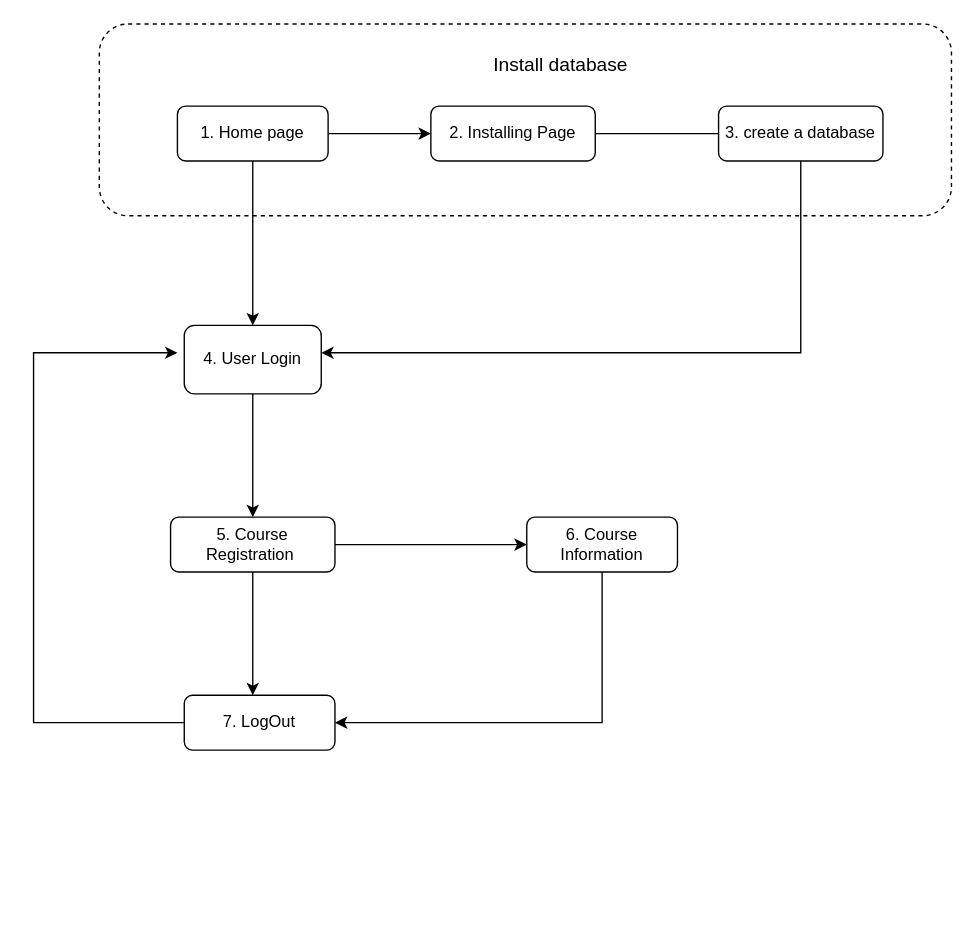
VeraWei/3280_002_FJQ keeps this draw.io diagram as docs/user manual.drawio. Above is the earlier version. Source tidied: cells renumbered, new cells numbered last; positions are measured from the earlier drawing's top-left corner, leaving out a move shared by most shapes. Both pictures are drawn from the tidied source at 137%, with x=0, y=0 at pixel (33, 23).
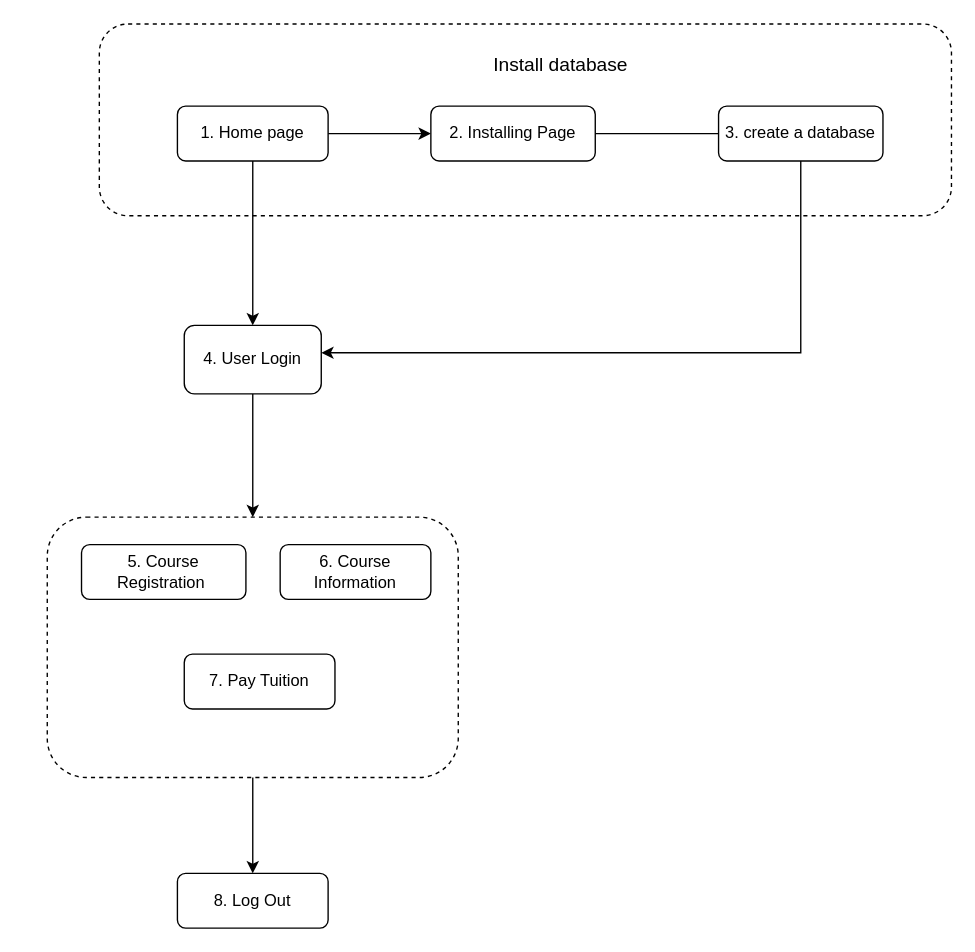
After the change.

Unchanged cells that the change refers to:
```xml
<mxCell id="19" value="&lt;span&gt;4. User Login&lt;/span&gt;" style="rounded=1;whiteSpace=wrap;html=1;" parent="1" vertex="1">
  <mxGeometry x="110" y="220" width="100" height="50" as="geometry" />
</mxCell>
```

What changed in the source:
```diff
@@
-    <mxCell id="7" style="edgeStyle=orthogonalEdgeStyle;rounded=0;jettySize=auto;html=1;exitX=0.5;exitY=1;exitDx=0;exitDy=0;strokeColor=#000000;" parent="1" edge="1" source="19" target="10">
-      <mxGeometry relative="1" as="geometry" />
+    <mxCell id="7" style="edgeStyle=orthogonalEdgeStyle;rounded=0;jettySize=auto;html=1;exitX=0.5;exitY=1;exitDx=0;exitDy=0;strokeColor=#000000;" parent="1" edge="1" source="19">
+      <mxGeometry relative="1" as="geometry">
+        <mxPoint x="160" y="360" as="targetPoint" />
+      </mxGeometry>
     </mxCell>
-    <mxCell id="8" style="edgeStyle=orthogonalEdgeStyle;rounded=0;jettySize=auto;html=1;" parent="1" edge="1" source="10">
-      <mxGeometry relative="1" as="geometry">
-        <mxPoint x="160" y="490" as="targetPoint" />
-      </mxGeometry>
-    </mxCell>
-    <mxCell id="9" style="edgeStyle=orthogonalEdgeStyle;rounded=0;jettySize=auto;html=1;" parent="1" edge="1" source="10" target="14">
-      <mxGeometry relative="1" as="geometry" />
-    </mxCell>
-    <mxCell id="10" value="5. Course Registration&amp;nbsp;" style="rounded=1;whiteSpace=wrap;html=1;fontSize=12;glass=0;strokeWidth=1;shadow=0;" parent="1" vertex="1">
-      <mxGeometry x="100" y="360" width="120" height="40" as="geometry" />
-    </mxCell>
-    <mxCell id="11" style="edgeStyle=orthogonalEdgeStyle;rounded=0;jettySize=auto;html=1;strokeColor=#000000;" parent="1" edge="1" source="12">
-      <mxGeometry relative="1" as="geometry">
-        <mxPoint x="105" y="240" as="targetPoint" />
-        <Array as="points">
-          <mxPoint y="510" />
-          <mxPoint y="240" />
-        </Array>
-      </mxGeometry>
-    </mxCell>
-    <mxCell id="12" value="7. LogOut" style="rounded=1;whiteSpace=wrap;html=1;" parent="1" vertex="1">
-      <mxGeometry x="110" y="490" width="110" height="40" as="geometry" />
+    <mxCell id="12" value="8. Log Out" style="rounded=1;whiteSpace=wrap;html=1;" parent="1" vertex="1">
+      <mxGeometry x="105" y="620" width="110" height="40" as="geometry" />
     </mxCell>
-    <mxCell id="13" style="edgeStyle=orthogonalEdgeStyle;rounded=0;jettySize=auto;html=1;entryX=1;entryY=0.5;entryDx=0;entryDy=0;" parent="1" edge="1" source="14" target="12">
-      <mxGeometry relative="1" as="geometry">
-        <Array as="points">
-          <mxPoint x="415" y="510" />
-        </Array>
-      </mxGeometry>
-    </mxCell>
-    <mxCell id="14" value="6. Course Information" style="rounded=1;whiteSpace=wrap;html=1;" parent="1" vertex="1">
-      <mxGeometry x="360" y="360" width="110" height="40" as="geometry" />
-    </mxCell>
@@
+    <mxCell id="20" style="rounded=1;whiteSpace=wrap;html=1;dashed=1;" parent="1" vertex="1">
+      <mxGeometry x="10" y="360" width="300" height="190" as="geometry" />
+    </mxCell>
+    <mxCell id="10" value="5. Course Registration&amp;nbsp;" style="rounded=1;whiteSpace=wrap;html=1;fontSize=12;glass=0;strokeWidth=1;shadow=0;" parent="1" vertex="1">
+      <mxGeometry x="35" y="380" width="120" height="40" as="geometry" />
+    </mxCell>
+    <mxCell id="14" value="&lt;span style=&quot;font-weight: normal&quot;&gt;6. Course Information&lt;/span&gt;" style="rounded=1;whiteSpace=wrap;html=1;fontStyle=1;" parent="1" vertex="1">
+      <mxGeometry x="180" y="380" width="110" height="40" as="geometry" />
+    </mxCell>
+    <mxCell id="21" value="7. Pay Tuition" style="rounded=1;whiteSpace=wrap;html=1;" parent="1" vertex="1">
+      <mxGeometry x="110" y="460" width="110" height="40" as="geometry" />
+    </mxCell>
+    <mxCell id="22" style="endArrow=classic;html=1;exitX=0.5;exitY=1;exitDx=0;exitDy=0;entryX=0.5;entryY=0;entryDx=0;entryDy=0;" parent="1" edge="1" source="20" target="12">
+      <mxGeometry relative="1" as="geometry" />
+    </mxCell>
```
